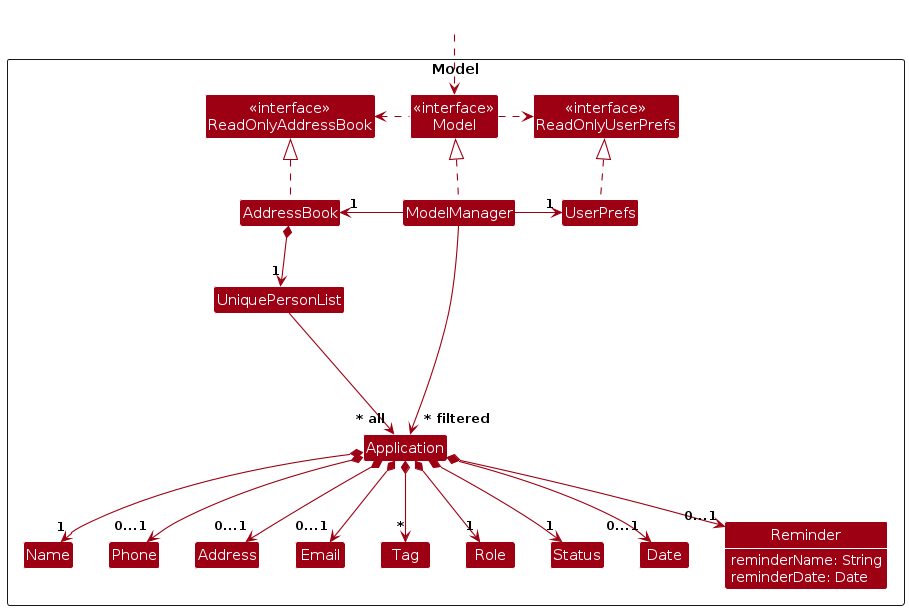
Above: diagrams/ModelClassDiagram.png in AY2526S2-CS2103T-F10-4/tp (PlantUML), before the change. Its source is kept beside it as diagrams/ModelClassDiagram.puml.
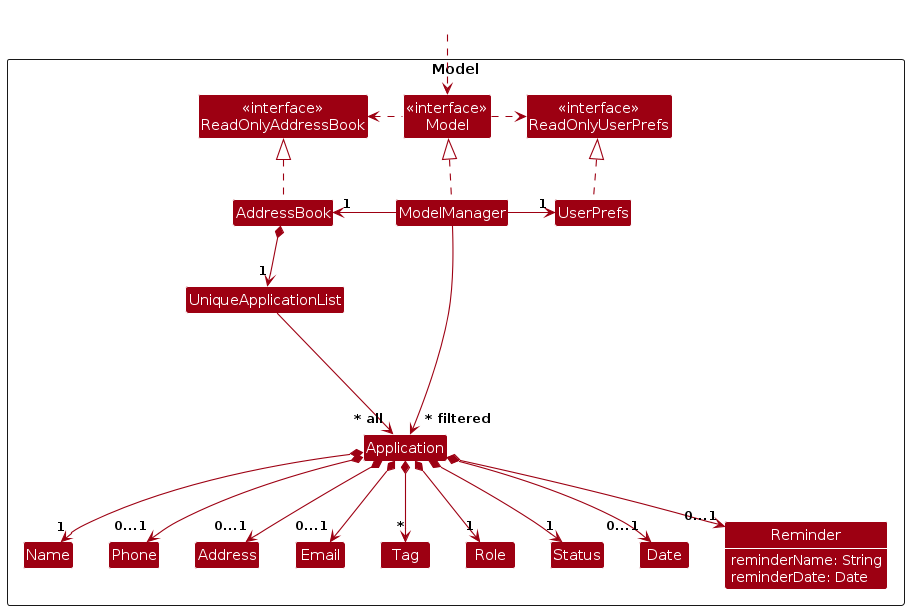
Above is the later version.

Change to the diagram source:
```diff
@@ -13,7 +13,7 @@
 Class ModelManager
 Class UserPrefs
 
-Class UniquePersonList
+Class UniqueApplicationList
 Class Application
 Class Address
 Class Email
@@ -43,8 +43,8 @@
 ModelManager -right-> "1" UserPrefs
 UserPrefs .up.|> ReadOnlyUserPrefs
 
-AddressBook *--> "1" UniquePersonList
-UniquePersonList --> "~* all" Application
+AddressBook *--> "1" UniqueApplicationList
+UniqueApplicationList --> "~* all" Application
 Application *--> "1" Name
 Application *--> "1" Role
 Application *--> "0...1" Phone
@@ -56,7 +56,7 @@
 Application *--> "0...1" Reminder
 
 Application -[hidden]up--> I
-UniquePersonList -[hidden]right-> I
+UniqueApplicationList -[hidden]right-> I
 
 Name -[hidden]right-> Phone
 Phone -[hidden]right-> Address
```
